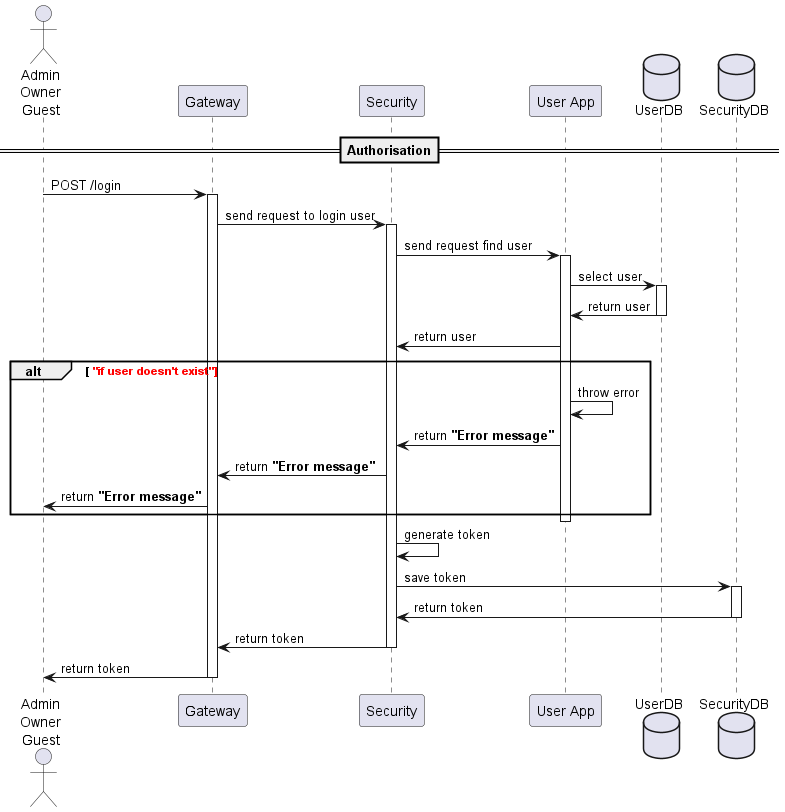
The PlantUML diagram image/authorisation.png in OlgaDobrodey/sequence-diagram, before a commit.
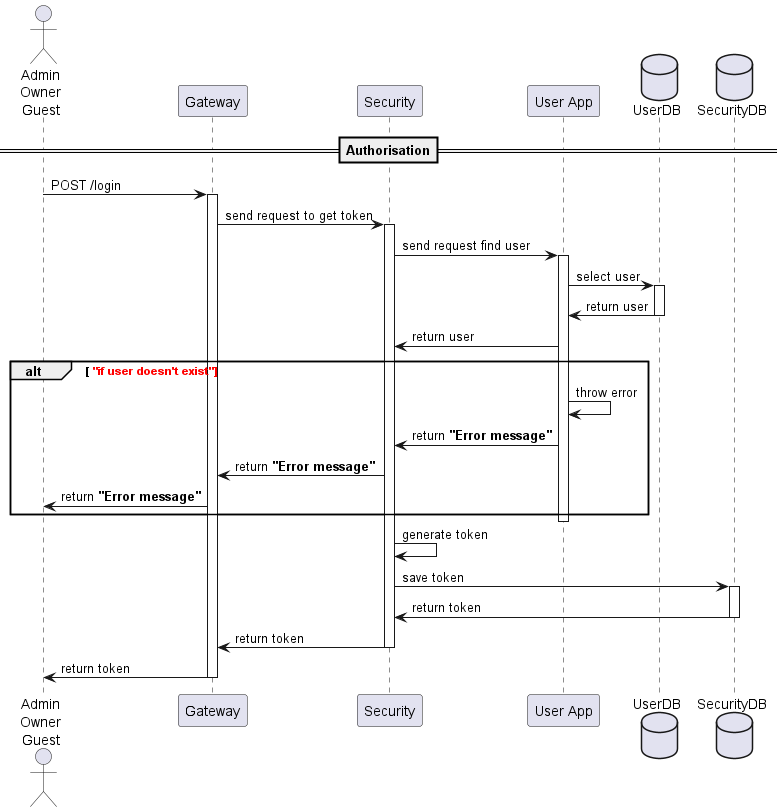
Above is the later version.

The edit, as a diff of the source:
```diff
@@ -12,7 +12,7 @@
 
 user -> gw: POST /login
 activate gw
-gw -> sc: send request to login user
+gw -> sc: send request to get token
 activate sc
 sc-> us: send request find user
 activate us
```
